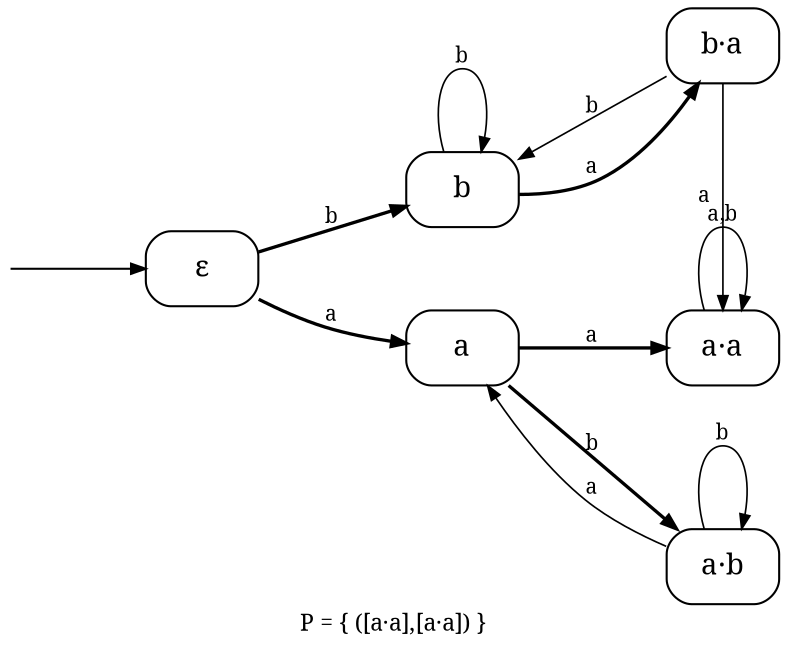
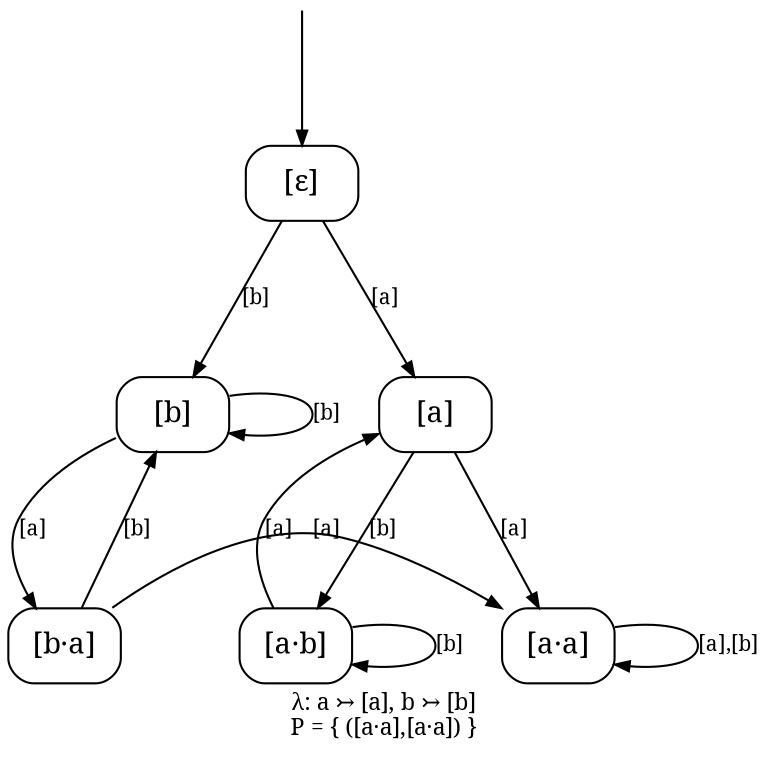
// sos2cayley gf_aa.sos --rename a=a,!a=b
digraph core_F1_gf_aa {
-   rankdir=LR;
+   rankdir=TB;
  ranksep=0.87; nodesep=0.55;
  node [shape=box, style=rounded, fontname="serif", margin="0.06,0.03"];
  edge [fontname="serif", fontsize=10, arrowsize=0.7];
-   label="P = { ([a·a],[a·a]) }"; labelloc="b"; labeljust="c";
-   fontname="serif"; fontsize=11;
+   label="λ: a ↣ [a], b ↣ [b]\nP = { ([a·a],[a·a]) }";
+   labelloc="b"; labeljust="c"; fontname="serif"; fontsize=11;

-   eps [label="ε"];
-   a [label="a"];
-   b [label="b"];
-   aa [label="a·a"];
-   ab [label="a·b"];
-   ba [label="b·a"];
+   eps [label="[ε]"];
+   a [label="[a]"];
+   b [label="[b]"];
+   aa [label="[a·a]"];
+   ab [label="[a·b]"];
+   ba [label="[b·a]"];
  _init [shape=none, label="", width=0.02, height=0.02];
  _init -> eps;

  { rank=same; eps; }
  { rank=same; a b; }
  { rank=same; aa ab ba; }

-   eps -> a [label="a", penwidth=1.6, weight=10];
-   eps -> b [label="b", penwidth=1.6, weight=10];
-   a -> aa [label="a", penwidth=1.6, weight=3];
-   a -> ab [label="b", penwidth=1.6, weight=3];
-   b -> ba [label="a", penwidth=1.6, weight=3];
-   b -> b [label="b", penwidth=0.8, weight=1];
-   aa -> aa [label="a,b", penwidth=0.8, weight=1];
-   ab -> a [label="a", penwidth=0.8, weight=1];
-   ab -> ab [label="b", penwidth=0.8, weight=1];
-   ba -> aa [label="a", penwidth=0.8, weight=1];
-   ba -> b [label="b", penwidth=0.8, weight=1];
+   eps -> a [label="[a]", weight=10];
+   eps -> b [label="[b]", weight=10];
+   a -> aa [label="[a]", weight=3];
+   a -> ab [label="[b]", weight=3];
+   b -> ba [label="[a]", weight=3];
+   b -> b [label="[b]", weight=1];
+   aa -> aa [label="[a],[b]", weight=1];
+   ab -> a [label="[a]", weight=1];
+   ab -> ab [label="[b]", weight=1];
+   ba -> aa [label="[a]", weight=1];
+   ba -> b [label="[b]", weight=1];
}
